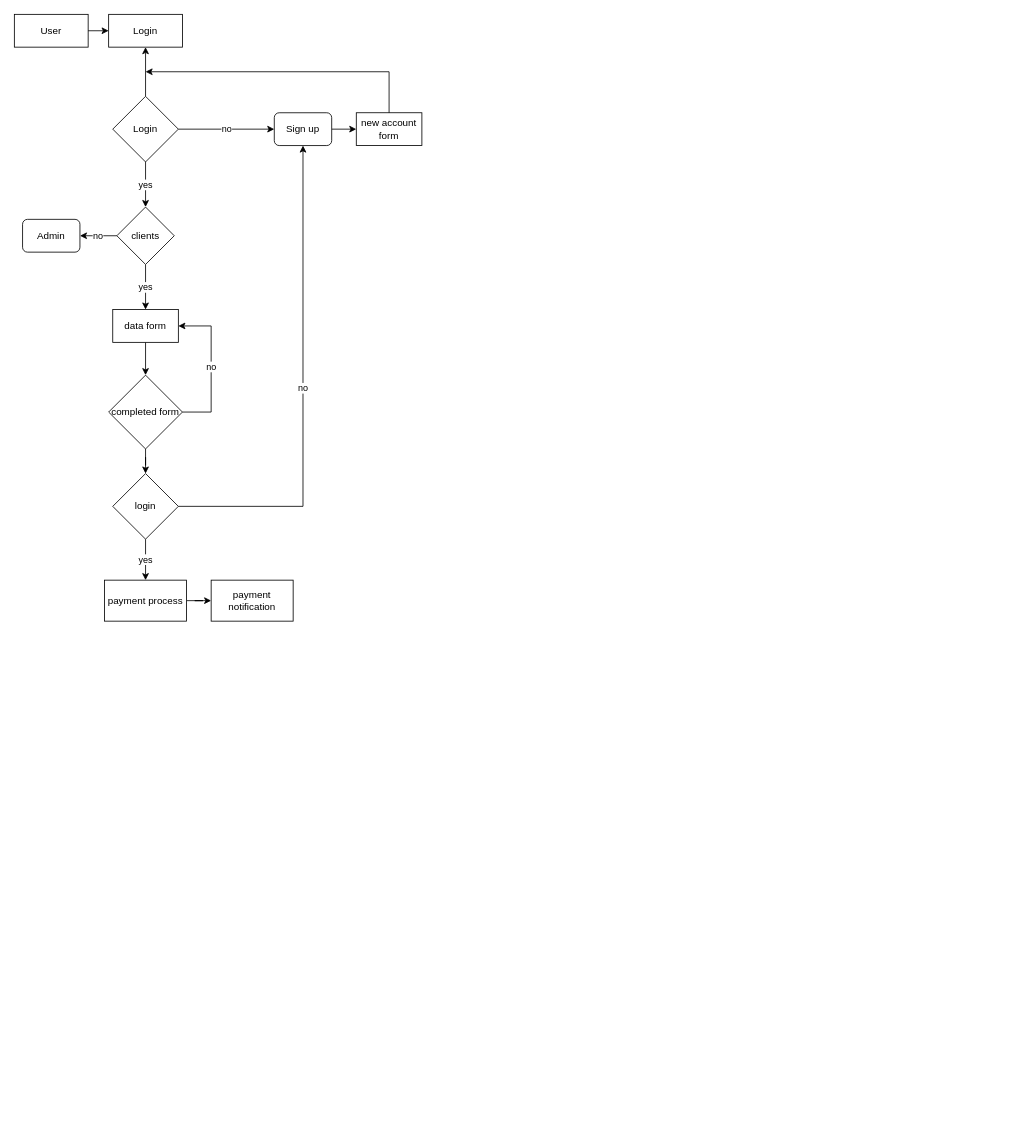
The draw.io diagram files/Diagrama.drawio in Jalx1000/JAL-Launch-X-Latam, before the edit. Source tidied: cells renumbered, new cells numbered last; positions are measured from the earlier drawing's top-left corner, leaving out a move shared by most shapes. Both pictures are drawn from the tidied source at 82%, with x=0, y=0 at pixel (14, 14).
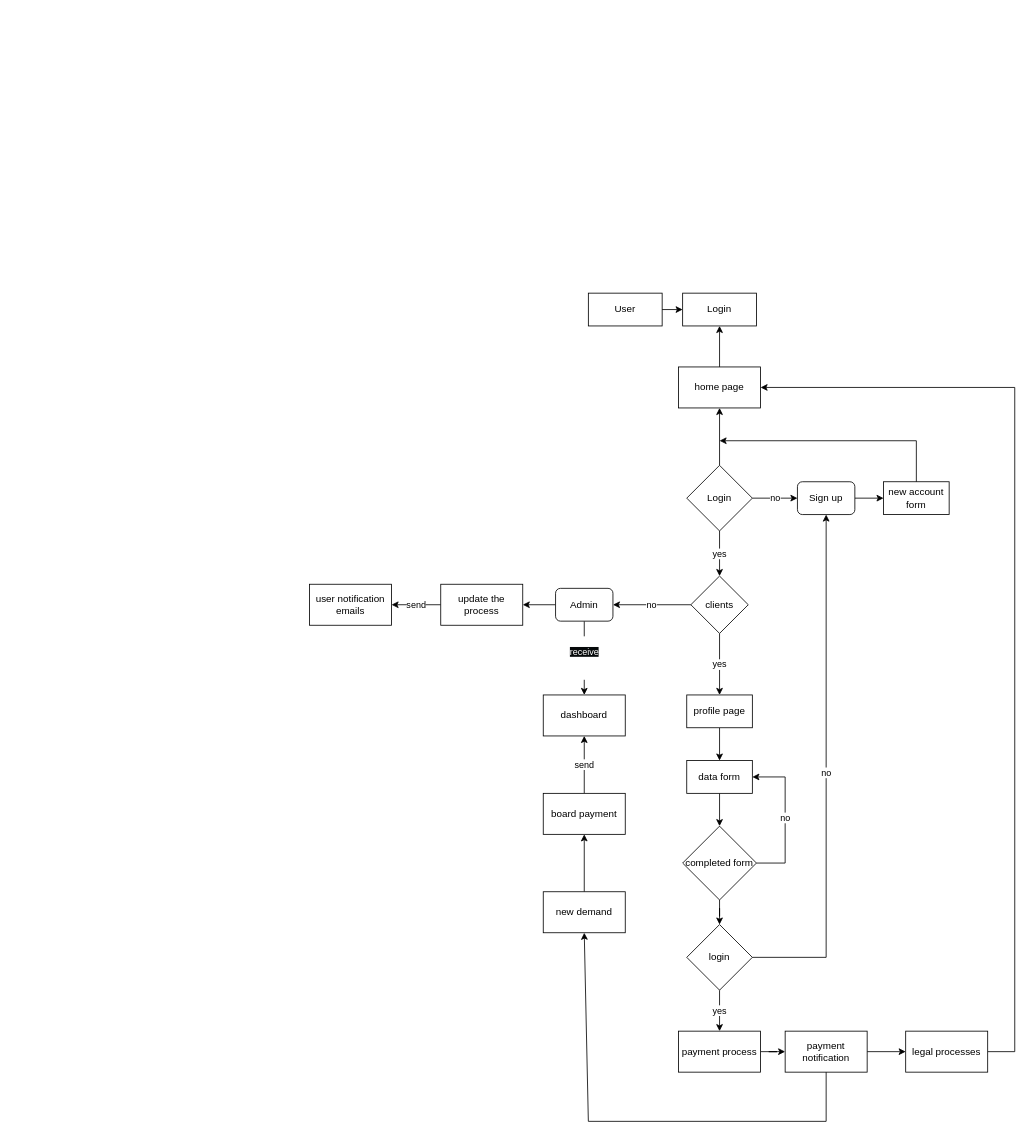
After the change.

Change to the diagram source:
```diff
@@
     <mxCell id="2" value="User" style="rounded=0;whiteSpace=wrap;html=1;" parent="1" vertex="1">
-      <mxGeometry width="90" height="40" as="geometry" />
+      <mxGeometry x="700" y="340" width="90" height="40" as="geometry" />
     </mxCell>
     <mxCell id="3" value="Login" style="rounded=0;whiteSpace=wrap;html=1;" parent="1" vertex="1">
-      <mxGeometry x="115" width="90" height="40" as="geometry" />
+      <mxGeometry x="815" y="340" width="90" height="40" as="geometry" />
     </mxCell>
@@
-    <mxCell id="7" style="edgeStyle=orthogonalEdgeStyle;rounded=0;jettySize=auto;html=1;entryX=0.5;entryY=1;entryDx=0;entryDy=0;" parent="1" edge="1" source="8" target="3">
+    <mxCell id="7" style="edgeStyle=orthogonalEdgeStyle;rounded=0;jettySize=auto;html=1;entryX=0.5;entryY=1;entryDx=0;entryDy=0;" parent="1" edge="1" source="8" target="32">
       <mxGeometry relative="1" as="geometry" />
     </mxCell>
     <mxCell id="8" value="Login" style="rhombus;whiteSpace=wrap;html=1;" parent="1" vertex="1">
-      <mxGeometry x="120" y="100" width="80" height="80" as="geometry" />
+      <mxGeometry x="820" y="550" width="80" height="80" as="geometry" />
     </mxCell>
@@
     <mxCell id="10" value="Sign up" style="rounded=1;whiteSpace=wrap;html=1;" parent="1" vertex="1">
-      <mxGeometry x="317" y="120" width="70" height="40" as="geometry" />
+      <mxGeometry x="955" y="570" width="70" height="40" as="geometry" />
     </mxCell>
-    <mxCell id="11" value="yes" style="edgeStyle=orthogonalEdgeStyle;rounded=0;jettySize=auto;html=1;entryX=0.5;entryY=0;entryDx=0;entryDy=0;" parent="1" edge="1" source="13" target="17">
+    <mxCell id="11" value="yes" style="edgeStyle=orthogonalEdgeStyle;rounded=0;jettySize=auto;html=1;entryX=0.5;entryY=0;entryDx=0;entryDy=0;" parent="1" edge="1" source="13" target="35">
       <mxGeometry relative="1" as="geometry" />
     </mxCell>
@@
     <mxCell id="13" value="clients" style="rhombus;whiteSpace=wrap;html=1;" parent="1" vertex="1">
-      <mxGeometry x="125" y="235" width="70" height="70" as="geometry" />
+      <mxGeometry x="825" y="685" width="70" height="70" as="geometry" />
     </mxCell>
     <mxCell id="14" value="new account form" style="whiteSpace=wrap;html=1;" parent="1" vertex="1">
-      <mxGeometry x="417" y="120" width="80" height="40" as="geometry" />
+      <mxGeometry x="1060" y="570" width="80" height="40" as="geometry" />
     </mxCell>
     <mxCell id="15" style="endArrow=classic;html=1;rounded=0;exitX=0.5;exitY=0;exitDx=0;exitDy=0;" parent="1" edge="1" source="14">
       <mxGeometry relative="1" as="geometry">
-        <mxPoint x="160" y="70" as="targetPoint" />
+        <mxPoint x="860" y="520" as="targetPoint" />
         <Array as="points">
-          <mxPoint x="457" y="70" />
+          <mxPoint x="1100" y="520" />
         </Array>
       </mxGeometry>
     </mxCell>
@@
     <mxCell id="17" value="data form" style="rounded=0;whiteSpace=wrap;html=1;" parent="1" vertex="1">
-      <mxGeometry x="120" y="360" width="80" height="40" as="geometry" />
+      <mxGeometry x="820" y="910" width="80" height="40" as="geometry" />
     </mxCell>
@@
     <mxCell id="19" value="completed form" style="rhombus;whiteSpace=wrap;html=1;" parent="1" vertex="1">
-      <mxGeometry x="115" y="440" width="90" height="90" as="geometry" />
+      <mxGeometry x="815" y="990" width="90" height="90" as="geometry" />
     </mxCell>
     <mxCell id="20" value="no" style="endArrow=classic;html=1;rounded=0;exitX=1;exitY=0.5;exitDx=0;exitDy=0;entryX=1;entryY=0.5;entryDx=0;entryDy=0;" parent="1" edge="1" source="19" target="17">
       <mxGeometry relative="1" as="geometry">
         <Array as="points">
-          <mxPoint x="240" y="485" />
-          <mxPoint x="240" y="380" />
+          <mxPoint x="940" y="1035" />
+          <mxPoint x="940" y="930" />
         </Array>
       </mxGeometry>
     </mxCell>
@@
     <mxCell id="22" value="payment process" style="rounded=0;whiteSpace=wrap;html=1;" parent="1" vertex="1">
-      <mxGeometry x="110" y="690" width="100" height="50" as="geometry" />
+      <mxGeometry x="810" y="1240" width="100" height="50" as="geometry" />
     </mxCell>
@@
     <mxCell id="24" value="login" style="rhombus;whiteSpace=wrap;html=1;" parent="1" vertex="1">
-      <mxGeometry x="120" y="560" width="80" height="80" as="geometry" />
+      <mxGeometry x="820" y="1110" width="80" height="80" as="geometry" />
     </mxCell>
     <mxCell id="25" value="no" style="endArrow=classic;html=1;rounded=0;entryX=0.5;entryY=1;entryDx=0;entryDy=0;exitX=1;exitY=0.5;exitDx=0;exitDy=0;" parent="1" edge="1" source="24" target="10">
       <mxGeometry relative="1" as="geometry">
         <Array as="points">
-          <mxPoint x="352" y="600" />
+          <mxPoint x="990" y="1150" />
         </Array>
       </mxGeometry>
     </mxCell>
+    <mxCell id="28" value="&#10;&lt;span style=&quot;color: rgb(255, 255, 255); font-family: Helvetica; font-size: 11px; font-style: normal; font-variant-ligatures: normal; font-variant-caps: normal; font-weight: 400; letter-spacing: normal; orphans: 2; text-align: center; text-indent: 0px; text-transform: none; widows: 2; word-spacing: 0px; -webkit-text-stroke-width: 0px; background-color: rgb(6, 9, 10); text-decoration-thickness: initial; text-decoration-style: initial; text-decoration-color: initial; float: none; display: inline !important;&quot;&gt;receive&lt;/span&gt;&#10;&#10;" style="edgeStyle=orthogonalEdgeStyle;rounded=0;jettySize=auto;html=1;entryX=0.5;entryY=0;entryDx=0;entryDy=0;" parent="1" edge="1" source="26" target="42">
+      <mxGeometry relative="1" as="geometry" />
+    </mxCell>
+    <mxCell id="29" style="edgeStyle=orthogonalEdgeStyle;rounded=0;jettySize=auto;html=1;entryX=1;entryY=0.5;entryDx=0;entryDy=0;" parent="1" edge="1" source="26" target="44">
+      <mxGeometry relative="1" as="geometry" />
+    </mxCell>
     <mxCell id="26" value="Admin" style="rounded=1;whiteSpace=wrap;html=1;" parent="1" vertex="1">
-      <mxGeometry x="10" y="250" width="70" height="40" as="geometry" />
+      <mxGeometry x="660" y="700" width="70" height="40" as="geometry" />
     </mxCell>
+    <mxCell id="30" style="edgeStyle=orthogonalEdgeStyle;rounded=0;jettySize=auto;html=1;exitX=1;exitY=0.5;exitDx=0;exitDy=0;entryX=0;entryY=0.5;entryDx=0;entryDy=0;" parent="1" edge="1" source="27" target="36">
+      <mxGeometry relative="1" as="geometry" />
+    </mxCell>
     <mxCell id="27" value="payment notification" style="rounded=0;whiteSpace=wrap;html=1;" parent="1" vertex="1">
-      <mxGeometry x="240" y="690" width="100" height="50" as="geometry" />
+      <mxGeometry x="940" y="1240" width="100" height="50" as="geometry" />
     </mxCell>
+    <mxCell id="31" style="edgeStyle=orthogonalEdgeStyle;rounded=0;jettySize=auto;html=1;exitX=0.5;exitY=0;exitDx=0;exitDy=0;entryX=0.5;entryY=1;entryDx=0;entryDy=0;" parent="1" edge="1" source="32" target="3">
+      <mxGeometry relative="1" as="geometry" />
+    </mxCell>
+    <mxCell id="32" value="home page" style="rounded=0;whiteSpace=wrap;html=1;" parent="1" vertex="1">
+      <mxGeometry x="810" y="430" width="100" height="50" as="geometry" />
+    </mxCell>
+    <mxCell id="33" style="endArrow=classic;html=1;rounded=0;entryX=1;entryY=0.5;entryDx=0;entryDy=0;exitX=1;exitY=0.5;exitDx=0;exitDy=0;" parent="1" edge="1" source="36" target="32">
+      <mxGeometry relative="1" as="geometry">
+        <Array as="points">
+          <mxPoint x="1220" y="1265" />
+          <mxPoint x="1220" y="455" />
+        </Array>
+      </mxGeometry>
+    </mxCell>
+    <mxCell id="34" style="edgeStyle=orthogonalEdgeStyle;rounded=0;jettySize=auto;html=1;exitX=0.5;exitY=1;exitDx=0;exitDy=0;entryX=0.5;entryY=0;entryDx=0;entryDy=0;" parent="1" edge="1" source="35" target="17">
+      <mxGeometry relative="1" as="geometry" />
+    </mxCell>
+    <mxCell id="35" value="profile page" style="rounded=0;whiteSpace=wrap;html=1;" parent="1" vertex="1">
+      <mxGeometry x="820" y="830" width="80" height="40" as="geometry" />
+    </mxCell>
+    <mxCell id="36" value="legal processes" style="rounded=0;whiteSpace=wrap;html=1;" parent="1" vertex="1">
+      <mxGeometry x="1087" y="1240" width="100" height="50" as="geometry" />
+    </mxCell>
+    <mxCell id="37" style="edgeStyle=orthogonalEdgeStyle;rounded=0;jettySize=auto;html=1;entryX=0.5;entryY=1;entryDx=0;entryDy=0;" parent="1" edge="1" source="38" target="41">
+      <mxGeometry relative="1" as="geometry" />
+    </mxCell>
+    <mxCell id="38" value="new demand" style="rounded=0;whiteSpace=wrap;html=1;" parent="1" vertex="1">
+      <mxGeometry x="645" y="1070" width="100" height="50" as="geometry" />
+    </mxCell>
+    <mxCell id="39" style="endArrow=classic;html=1;rounded=0;entryX=0.5;entryY=1;entryDx=0;entryDy=0;exitX=0.5;exitY=1;exitDx=0;exitDy=0;" parent="1" edge="1" source="27" target="38">
+      <mxGeometry relative="1" as="geometry">
+        <Array as="points">
+          <mxPoint x="990" y="1350" />
+          <mxPoint x="700" y="1350" />
+        </Array>
+      </mxGeometry>
+    </mxCell>
+    <mxCell id="40" value="send" style="edgeStyle=orthogonalEdgeStyle;rounded=0;jettySize=auto;html=1;entryX=0.5;entryY=1;entryDx=0;entryDy=0;" parent="1" edge="1" source="41" target="42">
+      <mxGeometry relative="1" as="geometry" />
+    </mxCell>
+    <mxCell id="41" value="board payment" style="rounded=0;whiteSpace=wrap;html=1;" parent="1" vertex="1">
+      <mxGeometry x="645" y="950" width="100" height="50" as="geometry" />
+    </mxCell>
+    <mxCell id="42" value="dashboard" style="rounded=0;whiteSpace=wrap;html=1;" parent="1" vertex="1">
+      <mxGeometry x="645" y="830" width="100" height="50" as="geometry" />
+    </mxCell>
+    <mxCell id="43" value="send" style="edgeStyle=orthogonalEdgeStyle;rounded=0;jettySize=auto;html=1;entryX=1;entryY=0.5;entryDx=0;entryDy=0;" parent="1" edge="1" source="44" target="45">
+      <mxGeometry relative="1" as="geometry" />
+    </mxCell>
+    <mxCell id="44" value="update the process" style="rounded=0;whiteSpace=wrap;html=1;" parent="1" vertex="1">
+      <mxGeometry x="520" y="695" width="100" height="50" as="geometry" />
+    </mxCell>
+    <mxCell id="45" value="user notification emails" style="rounded=0;whiteSpace=wrap;html=1;" parent="1" vertex="1">
+      <mxGeometry x="360" y="695" width="100" height="50" as="geometry" />
+    </mxCell>
```
